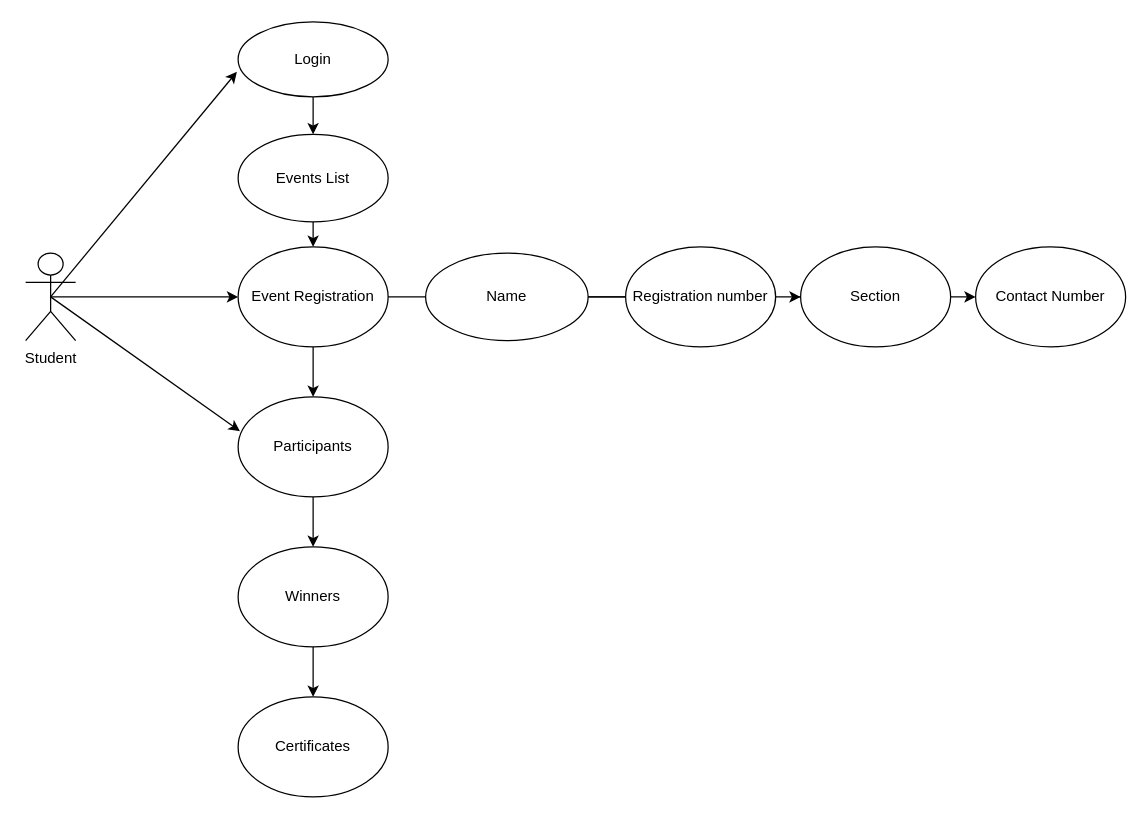
priyanshuchhabra/mycode keeps this draw.io diagram as Untitled Diagram.drawio. Above is the earlier version. Source tidied: cells renumbered, new cells numbered last; positions are measured from the earlier drawing's top-left corner, leaving out a move shared by most shapes. Both pictures are drawn from the tidied source at 125%, with x=0, y=0 at pixel (25, 21).
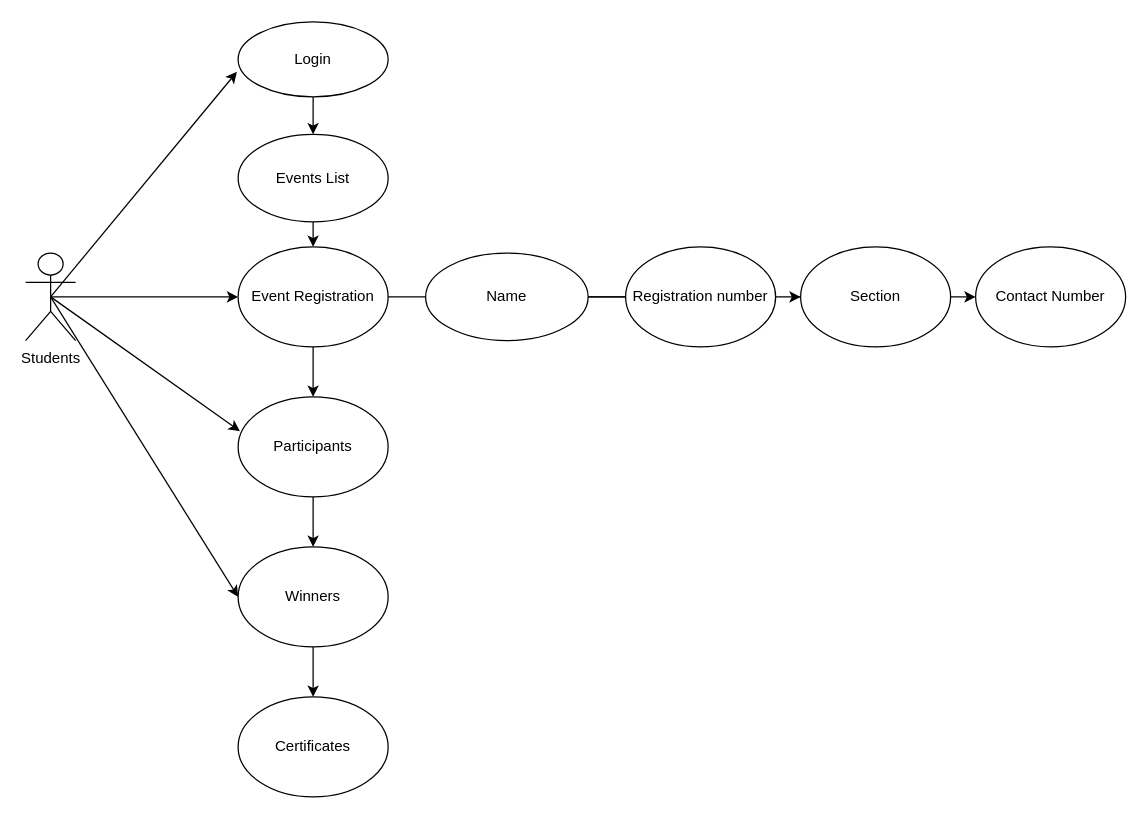
The same page after the edit.

Unchanged cells that the change refers to:
```xml
<mxCell id="25" value="Winners" style="ellipse;whiteSpace=wrap;html=1;" parent="1" vertex="1">
  <mxGeometry x="170" y="420" width="120" height="80" as="geometry" />
</mxCell>
```

The edit, as a diff of the source:
```diff
@@
-    <mxCell id="21" value="&lt;div&gt;Student&lt;/div&gt;&lt;div&gt;&lt;br&gt;&lt;/div&gt;" style="shape=umlActor;verticalLabelPosition=bottom;verticalAlign=top;html=1;outlineConnect=0;" parent="1" vertex="1">
+    <mxCell id="21" value="&lt;div&gt;Students&lt;/div&gt;&lt;div&gt;&lt;br&gt;&lt;/div&gt;" style="shape=umlActor;verticalLabelPosition=bottom;verticalAlign=top;html=1;outlineConnect=0;" parent="1" vertex="1">
       <mxGeometry y="185" width="40" height="70" as="geometry" />
     </mxCell>
@@
+    <mxCell id="27" style="endArrow=classic;html=1;exitX=0.5;exitY=0.5;exitDx=0;exitDy=0;exitPerimeter=0;entryX=0;entryY=0.5;entryDx=0;entryDy=0;" parent="1" edge="1" source="21" target="25">
+      <mxGeometry relative="1" as="geometry" />
+    </mxCell>
```
